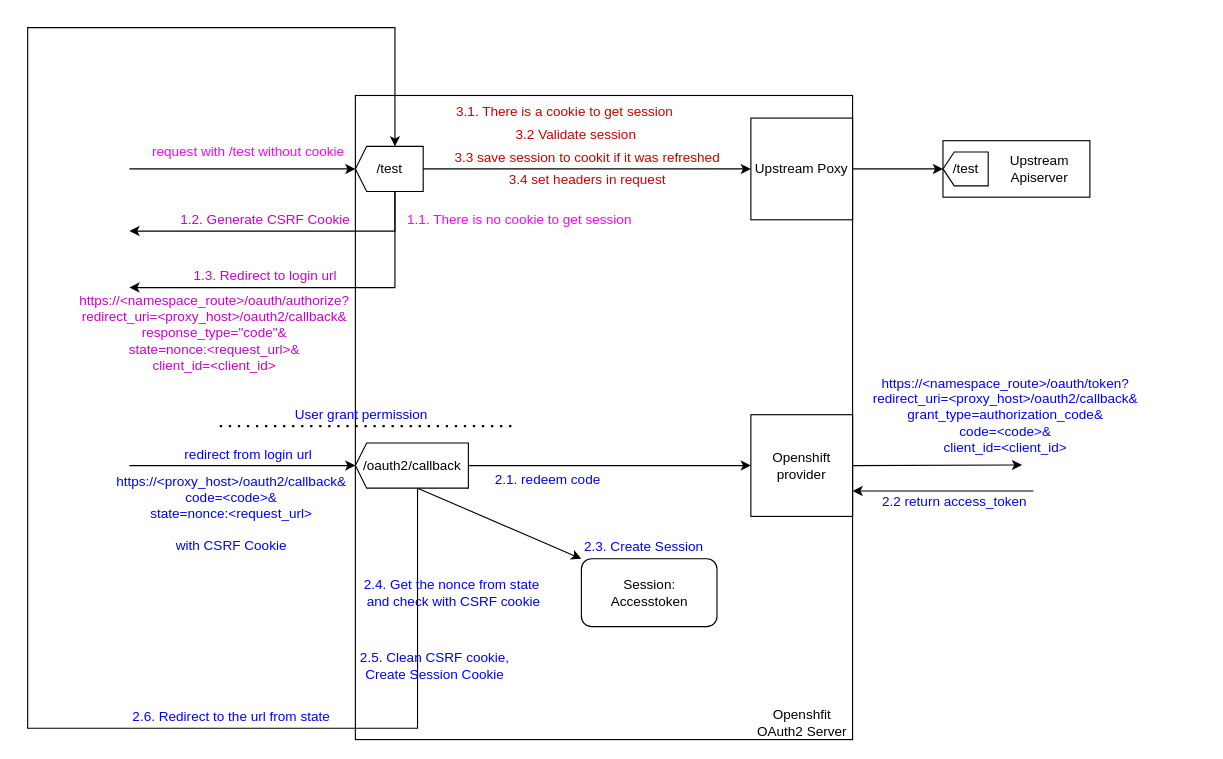
Above: assets/images/posts/ocp_oauth.drawio in youhangwang/youhangwang.github.io (draw.io), before the change. Source tidied: cells renumbered, new cells numbered last; positions are measured from the earlier drawing's top-left corner, leaving out a move shared by most shapes. Both pictures are drawn from the tidied source at 113%, with x=0, y=0 at pixel (27, 27).
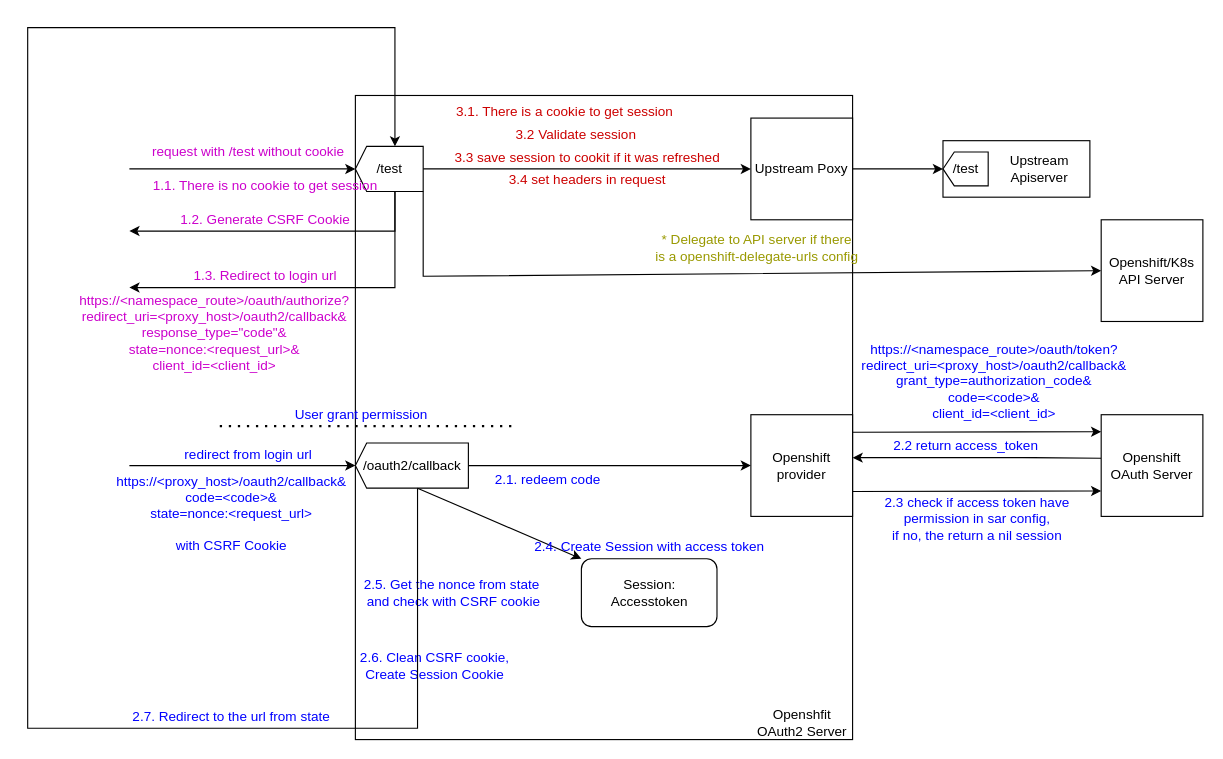
After the change.

Commit message (it also covers changes not shown here):
complete ocp oauth proxy

The change refers to these unchanged cells:
```xml
<mxCell id="3" value="/test" style="html=1;shadow=0;dashed=0;align=center;verticalAlign=middle;shape=mxgraph.arrows2.arrow;dy=0;dx=10;notch=0;flipV=0;flipH=1;" parent="1" vertex="1">
  <mxGeometry x="290" y="105" width="60" height="40" as="geometry" />
</mxCell>
<mxCell id="25" value="Openshift&lt;br&gt;provider" style="whiteSpace=wrap;html=1;" parent="1" vertex="1">
  <mxGeometry x="640" y="342.5" width="90" height="90" as="geometry" />
</mxCell>
```

Change to the diagram source:
```diff
@@
-    <mxCell id="11" value="&lt;font color=&quot;#ff00ff&quot;&gt;request with /test without cookie&lt;/font&gt;" style="text;html=1;align=center;verticalAlign=middle;strokeColor=none;fillColor=none;" parent="1" vertex="1">
+    <mxCell id="11" value="&lt;font color=&quot;#cc00cc&quot;&gt;request with /test without cookie&lt;/font&gt;" style="text;html=1;align=center;verticalAlign=middle;strokeColor=none;fillColor=none;" parent="1" vertex="1">
       <mxGeometry x="100" y="100" width="190" height="20" as="geometry" />
     </mxCell>
@@
-    <mxCell id="13" value="&lt;font color=&quot;#ff00ff&quot;&gt;1.1. There is no cookie to get session&lt;/font&gt;" style="text;html=1;align=center;verticalAlign=middle;strokeColor=none;fillColor=none;" parent="1" vertex="1">
-      <mxGeometry x="330" y="160" width="210" height="20" as="geometry" />
+    <mxCell id="13" value="&lt;font color=&quot;#cc00cc&quot;&gt;1.1. There is no cookie to get session&lt;/font&gt;" style="text;html=1;align=center;verticalAlign=middle;strokeColor=none;fillColor=none;" parent="1" vertex="1">
+      <mxGeometry x="105" y="130" width="210" height="20" as="geometry" />
     </mxCell>
@@
     <mxCell id="28" value="&lt;font color=&quot;#0000ff&quot;&gt;https://&amp;lt;namespace_route&amp;gt;/oauth/token?&lt;br&gt;redirect_uri=&amp;lt;proxy_host&amp;gt;/oauth2/callback&amp;amp;&lt;br&gt;grant_type=authorization_code&amp;amp;&lt;br&gt;code=&amp;lt;code&amp;gt;&amp;amp;&lt;br&gt;client_id=&amp;lt;client_id&amp;gt;&lt;/font&gt;" style="text;html=1;align=center;verticalAlign=middle;strokeColor=none;fillColor=none;" parent="1" vertex="1">
-      <mxGeometry x="740" y="302.5" width="250" height="80" as="geometry" />
+      <mxGeometry x="730" y="272.5" width="250" height="80" as="geometry" />
     </mxCell>
-    <mxCell id="29" style="endArrow=classic;html=1;rounded=0;exitX=1;exitY=0.5;exitDx=0;exitDy=0;entryX=0;entryY=0.5;entryDx=0;entryDy=0;" parent="1" edge="1" source="25">
+    <mxCell id="29" style="endArrow=classic;html=1;rounded=0;exitX=1;exitY=0.5;exitDx=0;exitDy=0;entryX=0;entryY=0.167;entryDx=0;entryDy=0;entryPerimeter=0;" parent="1" edge="1" target="49">
       <mxGeometry relative="1" as="geometry">
-        <mxPoint x="880" y="387" as="targetPoint" />
+        <mxPoint x="730" y="358" as="sourcePoint" />
       </mxGeometry>
     </mxCell>
-    <mxCell id="30" style="endArrow=classic;html=1;rounded=0;entryX=1;entryY=0.75;entryDx=0;entryDy=0;" parent="1" edge="1" target="25">
+    <mxCell id="30" style="endArrow=classic;html=1;rounded=0;entryX=1;entryY=0.75;entryDx=0;entryDy=0;" parent="1" edge="1">
       <mxGeometry relative="1" as="geometry">
-        <mxPoint x="890" y="410" as="sourcePoint" />
+        <mxPoint x="890" y="380.5" as="sourcePoint" />
+        <mxPoint x="730" y="380.5" as="targetPoint" />
         <Array as="points">
-          <mxPoint x="880" y="410" />
-          <mxPoint x="890" y="410" />
-          <mxPoint x="850" y="410" />
+          <mxPoint x="880" y="380.5" />
+          <mxPoint x="950" y="381" />
+          <mxPoint x="890" y="380.5" />
+          <mxPoint x="850" y="380.5" />
         </Array>
       </mxGeometry>
     </mxCell>
     <mxCell id="31" value="&lt;font color=&quot;#0000ff&quot;&gt;2.2 return access_token&lt;/font&gt;" style="text;html=1;align=center;verticalAlign=middle;strokeColor=none;fillColor=none;" parent="1" vertex="1">
-      <mxGeometry x="750" y="410" width="140" height="20" as="geometry" />
+      <mxGeometry x="760" y="360" width="140" height="20" as="geometry" />
     </mxCell>
@@
-    <mxCell id="36" value="&lt;font color=&quot;#0000ff&quot;&gt;2.3. Create Session&lt;/font&gt;" style="text;html=1;align=center;verticalAlign=middle;strokeColor=none;fillColor=none;" parent="1" vertex="1">
-      <mxGeometry x="485" y="450" width="120" height="20" as="geometry" />
+    <mxCell id="36" value="&lt;font color=&quot;#0000ff&quot;&gt;2.4. Create Session with access token&lt;/font&gt;" style="text;html=1;align=center;verticalAlign=middle;strokeColor=none;fillColor=none;" parent="1" vertex="1">
+      <mxGeometry x="440" y="450" width="220" height="20" as="geometry" />
     </mxCell>
-    <mxCell id="37" value="&lt;font color=&quot;#0000ff&quot;&gt;2.4. Get the nonce from state&lt;br&gt;&amp;nbsp;and check with CSRF cookie&lt;/font&gt;" style="text;html=1;align=center;verticalAlign=middle;strokeColor=none;fillColor=none;" parent="1" vertex="1">
+    <mxCell id="37" value="&lt;font color=&quot;#0000ff&quot;&gt;2.5. Get the nonce from state&lt;br&gt;&amp;nbsp;and check with CSRF cookie&lt;/font&gt;" style="text;html=1;align=center;verticalAlign=middle;strokeColor=none;fillColor=none;" parent="1" vertex="1">
       <mxGeometry x="290" y="485" width="170" height="30" as="geometry" />
     </mxCell>
-    <mxCell id="38" value="&lt;font color=&quot;#0000ff&quot;&gt;2.5. Clean CSRF cookie, &lt;br&gt;Create Session Cookie&lt;/font&gt;" style="text;html=1;align=center;verticalAlign=middle;strokeColor=none;fillColor=none;" parent="1" vertex="1">
+    <mxCell id="38" value="&lt;font color=&quot;#0000ff&quot;&gt;2.6. Clean CSRF cookie, &lt;br&gt;Create Session Cookie&lt;/font&gt;" style="text;html=1;align=center;verticalAlign=middle;strokeColor=none;fillColor=none;" parent="1" vertex="1">
       <mxGeometry x="285" y="550" width="150" height="30" as="geometry" />
     </mxCell>
-    <mxCell id="39" value="&lt;font color=&quot;#0000ff&quot;&gt;2.6. Redirect to the url from state&lt;/font&gt;" style="text;html=1;align=center;verticalAlign=middle;strokeColor=none;fillColor=none;" parent="1" vertex="1">
+    <mxCell id="39" value="&lt;font color=&quot;#0000ff&quot;&gt;2.7. Redirect to the url from state&lt;/font&gt;" style="text;html=1;align=center;verticalAlign=middle;strokeColor=none;fillColor=none;" parent="1" vertex="1">
       <mxGeometry x="85" y="600" width="190" height="20" as="geometry" />
     </mxCell>
@@
+    <mxCell id="47" style="endArrow=classic;html=1;rounded=0;exitX=1;exitY=0.5;exitDx=0;exitDy=0;entryX=0;entryY=0.75;entryDx=0;entryDy=0;" parent="1" edge="1" target="49">
+      <mxGeometry relative="1" as="geometry">
+        <mxPoint x="730" y="410.5" as="sourcePoint" />
+      </mxGeometry>
+    </mxCell>
+    <mxCell id="48" value="&lt;font color=&quot;#0000ff&quot;&gt;2.3 check if access token have &lt;br&gt;permission in sar config,&lt;br&gt;if no, the return a nil session&lt;br&gt;&lt;/font&gt;" style="text;html=1;align=center;verticalAlign=middle;strokeColor=none;fillColor=none;" parent="1" vertex="1">
+      <mxGeometry x="750" y="410" width="180" height="50" as="geometry" />
+    </mxCell>
+    <mxCell id="49" value="Openshift&lt;br&gt;OAuth Server" style="whiteSpace=wrap;html=1;" parent="1" vertex="1">
+      <mxGeometry x="950" y="342.5" width="90" height="90" as="geometry" />
+    </mxCell>
+    <mxCell id="50" value="Openshift/K8s&lt;br&gt;API Server" style="whiteSpace=wrap;html=1;" parent="1" vertex="1">
+      <mxGeometry x="950" y="170" width="90" height="90" as="geometry" />
+    </mxCell>
+    <mxCell id="51" style="endArrow=classic;html=1;rounded=0;exitX=0;exitY=0;exitDx=0;exitDy=40;exitPerimeter=0;entryX=0;entryY=0.5;entryDx=0;entryDy=0;" parent="1" edge="1" source="3" target="50">
+      <mxGeometry relative="1" as="geometry">
+        <Array as="points">
+          <mxPoint x="350" y="220" />
+        </Array>
+      </mxGeometry>
+    </mxCell>
+    <mxCell id="52" value="&lt;font color=&quot;#999900&quot;&gt;* Delegate to API server if there &lt;br&gt;is a openshift-delegate-urls config&lt;/font&gt;" style="text;html=1;align=center;verticalAlign=middle;strokeColor=none;fillColor=none;" parent="1" vertex="1">
+      <mxGeometry x="550" y="180" width="190" height="30" as="geometry" />
+    </mxCell>
```
